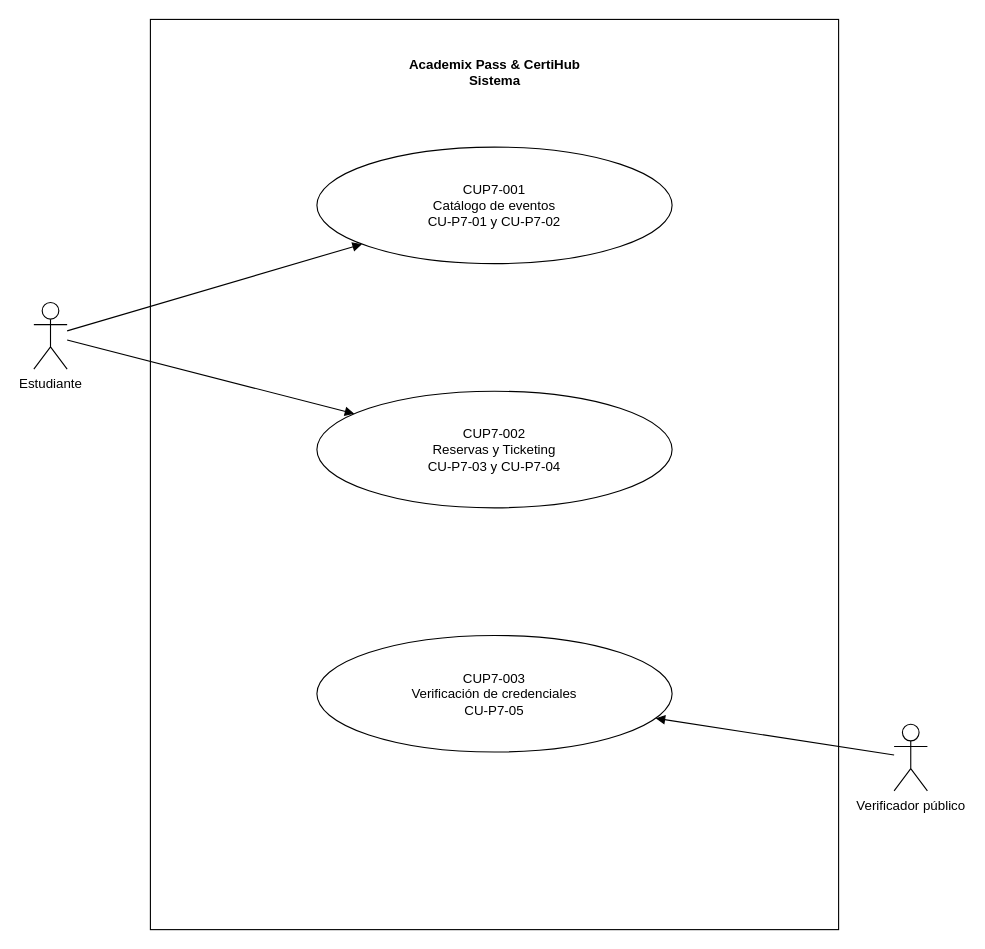
The draw.io diagram Documentacion/Practica7/CDU/CDU_PrimeraDescomposicion_P7_202307691.drawio in thanya-gate/SA_PROYECTO_202307691, before the edit. Source tidied: cells renumbered, new cells numbered last; positions are measured from the earlier drawing's top-left corner, leaving out a move shared by most shapes. Both pictures are drawn from the tidied source at 111%, with x=0, y=0 at pixel (33, 19).
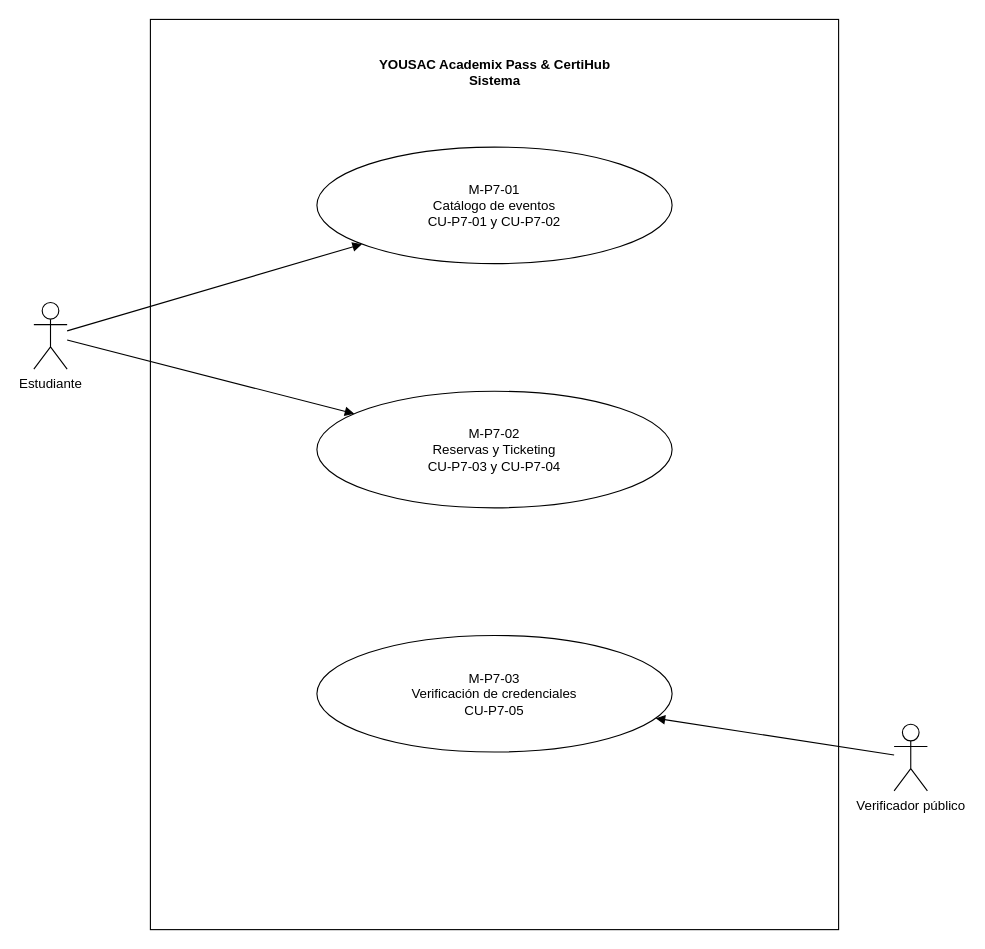
The same diagram, later.

What changed in the source:
```diff
@@
 <mxGraphModel>
   <root>
     <mxCell id="0" />
     <mxCell id="1" parent="0" />
     <mxCell id="2" style="html=1;whiteSpace=wrap;" parent="1" vertex="1">
       <mxGeometry x="105" width="620" height="820" as="geometry" />
     </mxCell>
-    <mxCell id="3" value="Academix Pass &amp; CertiHub&lt;br&gt;Sistema" style="text;align=center;fontStyle=1;verticalAlign=middle;spacingLeft=3;spacingRight=3;strokeColor=none;html=1;" parent="1" vertex="1">
+    <mxCell id="3" value="YOUSAC Academix Pass &amp; CertiHub&lt;br&gt;Sistema" style="text;align=center;fontStyle=1;verticalAlign=middle;spacingLeft=3;spacingRight=3;strokeColor=none;html=1;" parent="1" vertex="1">
       <mxGeometry x="255" y="20" width="320" height="55" as="geometry" />
     </mxCell>
     <mxCell id="4" value="Estudiante" style="shape=umlActor;verticalLabelPosition=bottom;verticalAlign=top;html=1;" parent="1" vertex="1">
       <mxGeometry y="255" width="30" height="60" as="geometry" />
     </mxCell>
     <mxCell id="5" value="Verificador público" style="shape=umlActor;verticalLabelPosition=bottom;verticalAlign=top;html=1;" parent="1" vertex="1">
       <mxGeometry x="775" y="635" width="30" height="60" as="geometry" />
     </mxCell>
-    <mxCell id="6" value="CUP7-001&lt;br&gt;Catálogo de eventos&lt;br&gt;CU-P7-01 y CU-P7-02" style="ellipse;whiteSpace=wrap;html=1;" parent="1" vertex="1">
+    <mxCell id="6" value="M-P7-01&lt;br&gt;Catálogo de eventos&lt;br&gt;CU-P7-01 y CU-P7-02" style="ellipse;whiteSpace=wrap;html=1;" parent="1" vertex="1">
       <mxGeometry x="255" y="115" width="320" height="105" as="geometry" />
     </mxCell>
-    <mxCell id="7" value="CUP7-002&lt;br&gt;Reservas y Ticketing&lt;br&gt;CU-P7-03 y CU-P7-04" style="ellipse;whiteSpace=wrap;html=1;" parent="1" vertex="1">
+    <mxCell id="7" value="M-P7-02&lt;br&gt;Reservas y Ticketing&lt;br&gt;CU-P7-03 y CU-P7-04" style="ellipse;whiteSpace=wrap;html=1;" parent="1" vertex="1">
       <mxGeometry x="255" y="335" width="320" height="105" as="geometry" />
     </mxCell>
-    <mxCell id="8" value="CUP7-003&lt;br&gt;Verificación de credenciales&lt;br&gt;CU-P7-05" style="ellipse;whiteSpace=wrap;html=1;" parent="1" vertex="1">
+    <mxCell id="8" value="M-P7-03&lt;br&gt;Verificación de credenciales&lt;br&gt;CU-P7-05" style="ellipse;whiteSpace=wrap;html=1;" parent="1" vertex="1">
       <mxGeometry x="255" y="555" width="320" height="105" as="geometry" />
     </mxCell>
     <mxCell id="9" style="rounded=0;jettySize=auto;html=1;endArrow=block;endFill=1;" parent="1" edge="1" source="4" target="6">
       <mxGeometry relative="1" as="geometry" />
     </mxCell>
     <mxCell id="10" style="rounded=0;jettySize=auto;html=1;endArrow=block;endFill=1;" parent="1" edge="1" source="4" target="7">
       <mxGeometry relative="1" as="geometry" />
     </mxCell>
     <mxCell id="11" style="rounded=0;jettySize=auto;html=1;endArrow=block;endFill=1;" parent="1" edge="1" source="5" target="8">
       <mxGeometry relative="1" as="geometry" />
     </mxCell>
   </root>
 </mxGraphModel>
```
